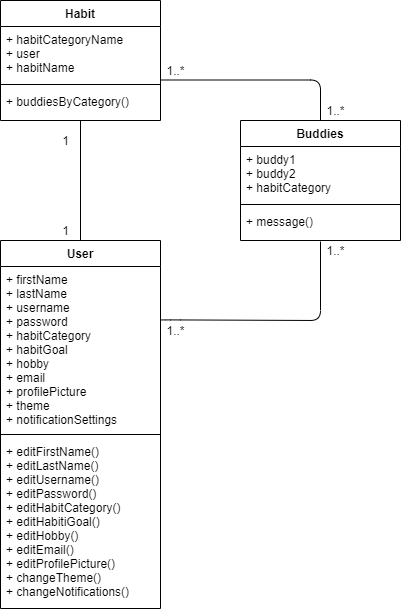
Before: domainModel.png, a diagram exported from draw.io (calvin-cs262-fall2020-teamH/habitbuddy-project). Source tidied: cells renumbered, new cells last; positions are measured from the earlier drawing's top-left corner, leaving out a move shared by most shapes.
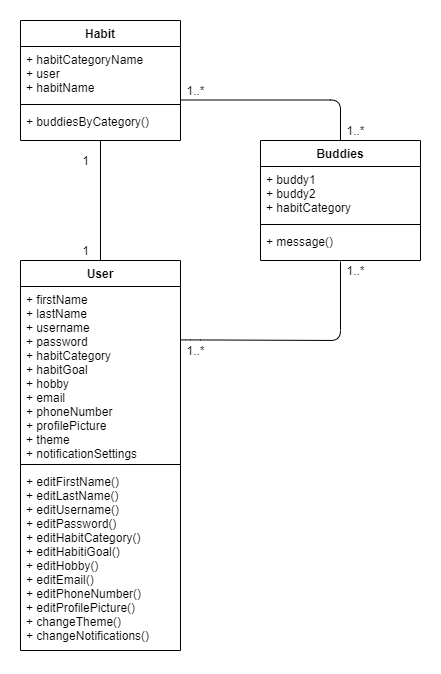
The same file after the commit.

Commit message:
added phoneNumber to domain model

Diff of the diagram source:
```diff
@@ -15,16 +15,16 @@
       <mxGeometry y="88" width="160" height="32" as="geometry" />
     </mxCell>
     <mxCell id="6" value="User" style="swimlane;fontStyle=1;align=center;verticalAlign=top;horizontal=1;startSize=26;" parent="1" vertex="1">
-      <mxGeometry y="240" width="160" height="368" as="geometry" />
+      <mxGeometry y="240" width="160" height="390" as="geometry" />
     </mxCell>
-    <mxCell id="7" value="+ firstName&#10;+ lastName&#10;+ username&#10;+ password&#10;+ habitCategory&#10;+ habitGoal&#10;+ hobby&#10;+ email&#10;+ profilePicture&#10;+ theme&#10;+ notificationSettings" style="text;strokeColor=none;fillColor=none;align=left;verticalAlign=top;spacingLeft=4;spacingRight=4;overflow=hidden;" parent="6" vertex="1">
-      <mxGeometry y="26" width="160" height="164" as="geometry" />
+    <mxCell id="7" value="+ firstName&#10;+ lastName&#10;+ username&#10;+ password&#10;+ habitCategory&#10;+ habitGoal&#10;+ hobby&#10;+ email&#10;+ phoneNumber&#10;+ profilePicture&#10;+ theme&#10;+ notificationSettings" style="text;strokeColor=none;fillColor=none;align=left;verticalAlign=top;spacingLeft=4;spacingRight=4;overflow=hidden;" parent="6" vertex="1">
+      <mxGeometry y="26" width="160" height="174" as="geometry" />
     </mxCell>
     <mxCell id="8" style="line;strokeWidth=1;fillColor=none;align=left;verticalAlign=middle;spacingTop=-1;spacingLeft=3;spacingRight=3;labelPosition=right;" parent="6" vertex="1">
-      <mxGeometry y="190" width="160" height="8" as="geometry" />
+      <mxGeometry y="200" width="160" height="8" as="geometry" />
     </mxCell>
-    <mxCell id="9" value="+ editFirstName()&#10;+ editLastName()&#10;+ editUsername()&#10;+ editPassword()&#10;+ editHabitCategory()&#10;+ editHabitiGoal()&#10;+ editHobby()&#10;+ editEmail()&#10;+ editProfilePicture()&#10;+ changeTheme()&#10;+ changeNotifications()" style="text;strokeColor=none;fillColor=none;align=left;verticalAlign=top;spacingLeft=4;spacingRight=4;overflow=hidden;" parent="6" vertex="1">
-      <mxGeometry y="198" width="160" height="170" as="geometry" />
+    <mxCell id="9" value="+ editFirstName()&#10;+ editLastName()&#10;+ editUsername()&#10;+ editPassword()&#10;+ editHabitCategory()&#10;+ editHabitiGoal()&#10;+ editHobby()&#10;+ editEmail()&#10;+ editPhoneNumber()&#10;+ editProfilePicture()&#10;+ changeTheme()&#10;+ changeNotifications()" style="text;strokeColor=none;fillColor=none;align=left;verticalAlign=top;spacingLeft=4;spacingRight=4;overflow=hidden;" parent="6" vertex="1">
+      <mxGeometry y="208" width="160" height="182" as="geometry" />
     </mxCell>
     <mxCell id="10" style="endArrow=none;html=1;edgeStyle=orthogonalEdgeStyle;entryX=0.5;entryY=0;entryDx=0;entryDy=0;exitX=0.5;exitY=0.983;exitDx=0;exitDy=0;exitPerimeter=0;" parent="1" edge="1" source="5" target="6">
       <mxGeometry relative="1" as="geometry" />
```
